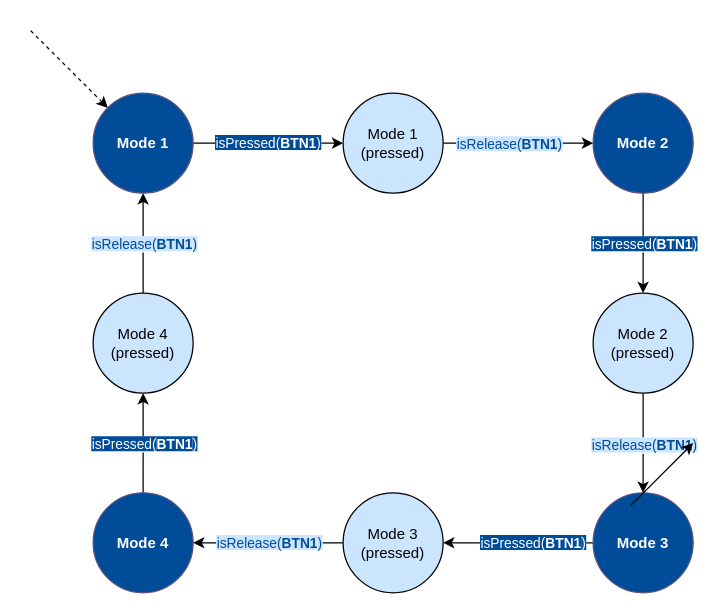
Before: page "BTN1" (2 of 4) of fsm.drawio in amyranotamirror/CO3007-2111203, a draw.io diagram. Source tidied: cells renumbered, new cells numbered last; positions are measured from the earlier drawing's top-left corner, leaving out a move shared by most shapes. Both pictures are drawn from the tidied source at 125%, with x=0, y=0 at pixel (30, 30).
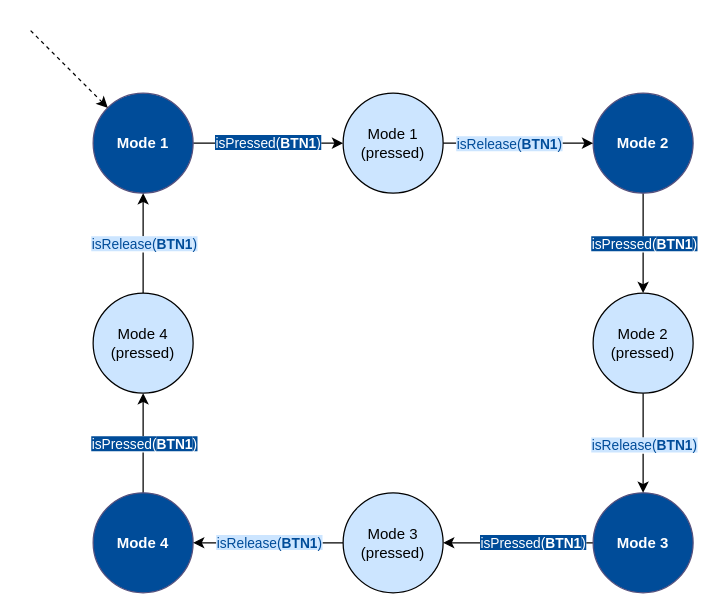
After the change.

What changed in the source:
```diff
@@
-    <mxCell id="25" style="endArrow=classic;html=1;" parent="1" edge="1">
-      <mxGeometry relative="1" as="geometry">
-        <mxPoint x="480" y="380" as="sourcePoint" />
-        <mxPoint x="530" y="330" as="targetPoint" />
-      </mxGeometry>
-    </mxCell>
```
